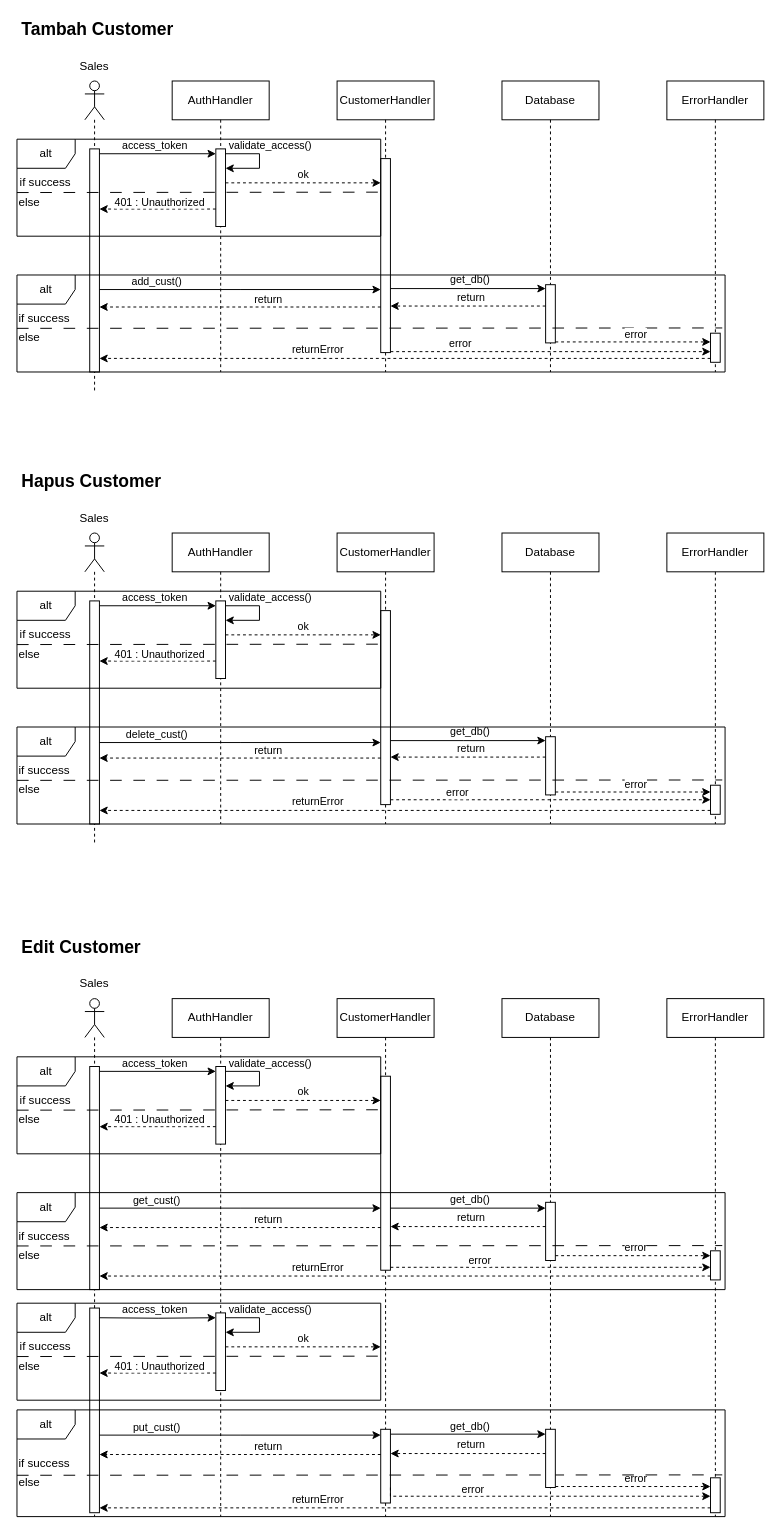
NararyaPutra/Dokumentasi_Project-Koperasi-Mitra-Malabar keeps this draw.io diagram as page "LEAD - customer" (1 of 3) of Sequence Diagram.drawio. Above is the earlier version. Source tidied: cells renumbered, new cells numbered last; positions are measured from the earlier drawing's top-left corner, leaving out a move shared by most shapes. Both pictures are drawn from the tidied source at 97%, with x=0, y=0 at pixel (16, 16).
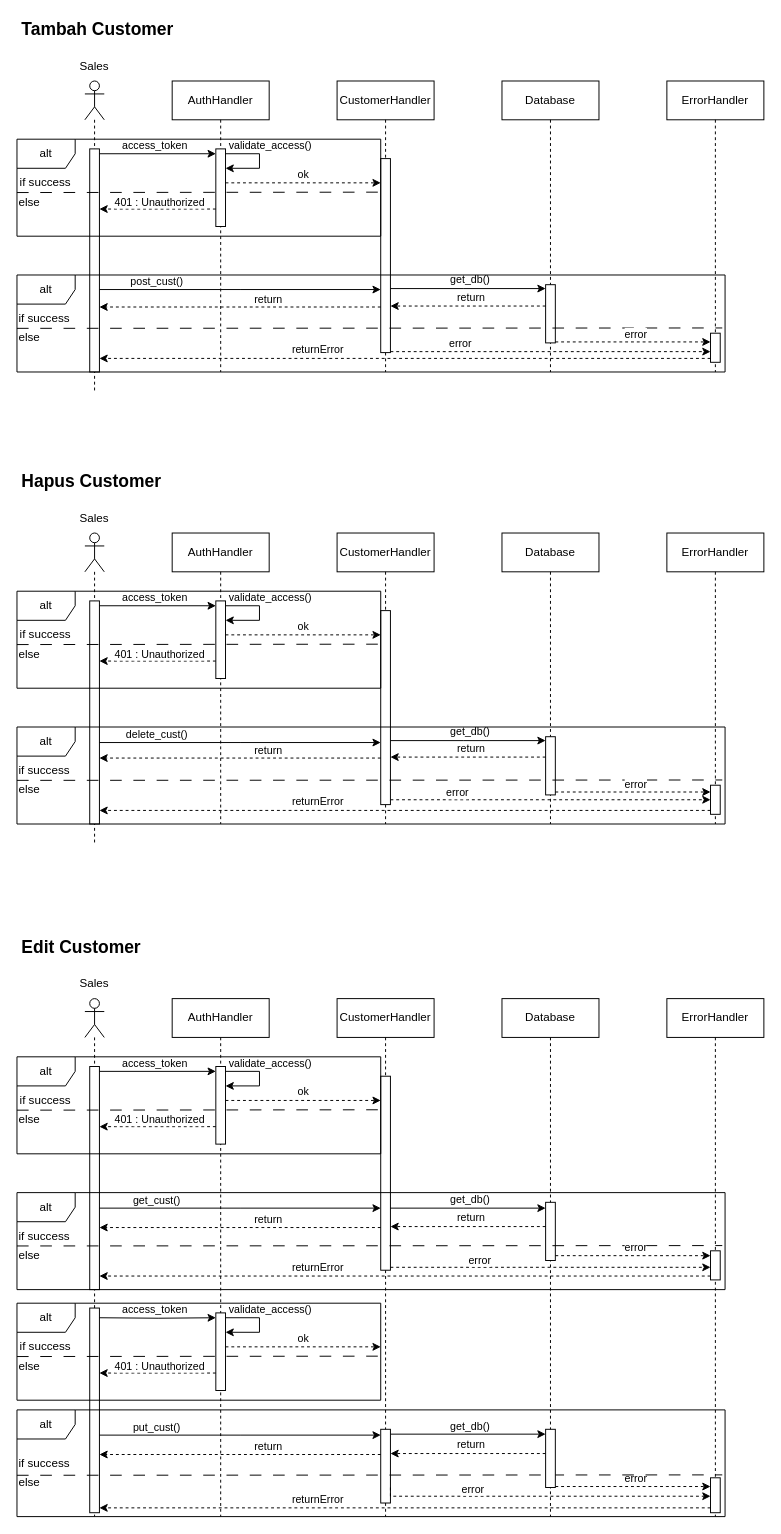
After the change.

The change refers to these unchanged cells:
```xml
<mxCell id="17" style="edgeStyle=orthogonalEdgeStyle;rounded=0;orthogonalLoop=1;jettySize=auto;html=1;curved=0;" parent="1" edge="1">
  <mxGeometry relative="1" as="geometry">
    <mxPoint x="85" y="281" as="sourcePoint" />
    <mxPoint x="375" y="281" as="targetPoint" />
    <Array as="points">
      <mxPoint x="230" y="281" />
      <mxPoint x="230" y="281" />
    </Array>
  </mxGeometry>
</mxCell>
```

What changed in the source:
```diff
@@
-    <mxCell id="18" value="add_cust()" style="edgeLabel;html=1;align=center;verticalAlign=middle;" parent="17" vertex="1">
+    <mxCell id="18" value="post_cust()" style="edgeLabel;html=1;align=center;verticalAlign=middle;" parent="17" vertex="1">
       <mxGeometry x="-0.6" relative="1" as="geometry">
         <mxPoint y="-9" as="offset" />
       </mxGeometry>
     </mxCell>
```
